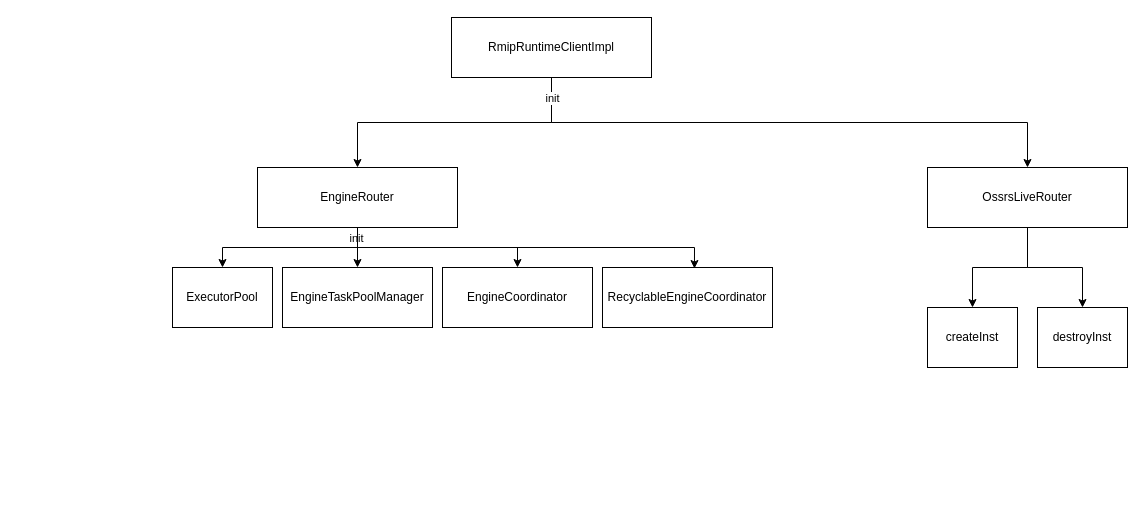
Above: graphs/streaming_engine_framework.drawio in zhongchun/daily (draw.io), before the change. Source tidied: cells renumbered, new cells numbered last; positions are measured from the earlier drawing's top-left corner, leaving out a move shared by most shapes. Both pictures are drawn from the tidied source at 100%, with x=0, y=0 at pixel (172, 17).
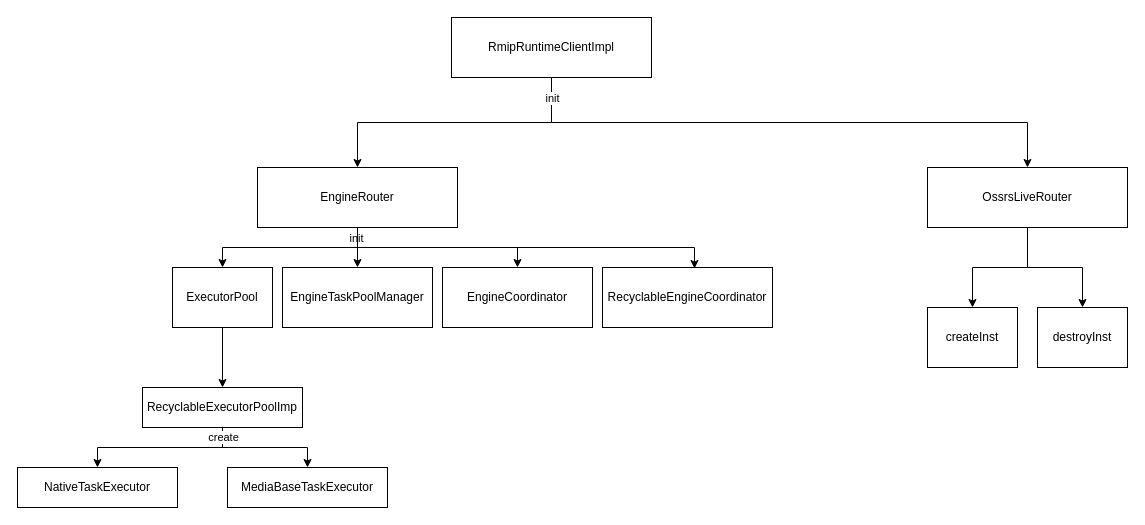
Above is the later version.

The change refers to these unchanged cells:
```xml
<mxCell id="18" value="ExecutorPool" style="rounded=0;whiteSpace=wrap;html=1;" parent="1" vertex="1">
  <mxGeometry y="250" width="100" height="60" as="geometry" />
</mxCell>
```

Diff of the diagram source:
```diff
@@
+    <mxCell id="21" style="edgeStyle=orthogonalEdgeStyle;rounded=0;jettySize=auto;html=1;" parent="1" edge="1" source="18" target="23">
+      <mxGeometry relative="1" as="geometry" />
+    </mxCell>
@@
+    <mxCell id="22" style="edgeStyle=orthogonalEdgeStyle;rounded=0;jettySize=auto;html=1;" parent="1" edge="1" source="23" target="24">
+      <mxGeometry relative="1" as="geometry" />
+    </mxCell>
+    <mxCell id="23" value="RecyclableExecutorPoolImp" style="rounded=0;whiteSpace=wrap;html=1;" parent="1" vertex="1">
+      <mxGeometry x="-30" y="370" width="160" height="40" as="geometry" />
+    </mxCell>
+    <mxCell id="24" value="NativeTaskExecutor" style="rounded=0;whiteSpace=wrap;html=1;" parent="1" vertex="1">
+      <mxGeometry x="-155" y="450" width="160" height="40" as="geometry" />
+    </mxCell>
+    <mxCell id="25" value="MediaBaseTaskExecutor" style="rounded=0;whiteSpace=wrap;html=1;" parent="1" vertex="1">
+      <mxGeometry x="55" y="450" width="160" height="40" as="geometry" />
+    </mxCell>
+    <mxCell id="26" style="edgeStyle=orthogonalEdgeStyle;rounded=0;jettySize=auto;html=1;exitX=0.5;exitY=1;exitDx=0;exitDy=0;entryX=0.5;entryY=0;entryDx=0;entryDy=0;" parent="1" edge="1" source="23" target="25">
+      <mxGeometry relative="1" as="geometry" />
+    </mxCell>
+    <mxCell id="27" value="create" style="edgeLabel;html=1;align=center;verticalAlign=middle;" parent="26" vertex="1">
+      <mxGeometry x="-0.86" relative="1" as="geometry" />
+    </mxCell>
```
